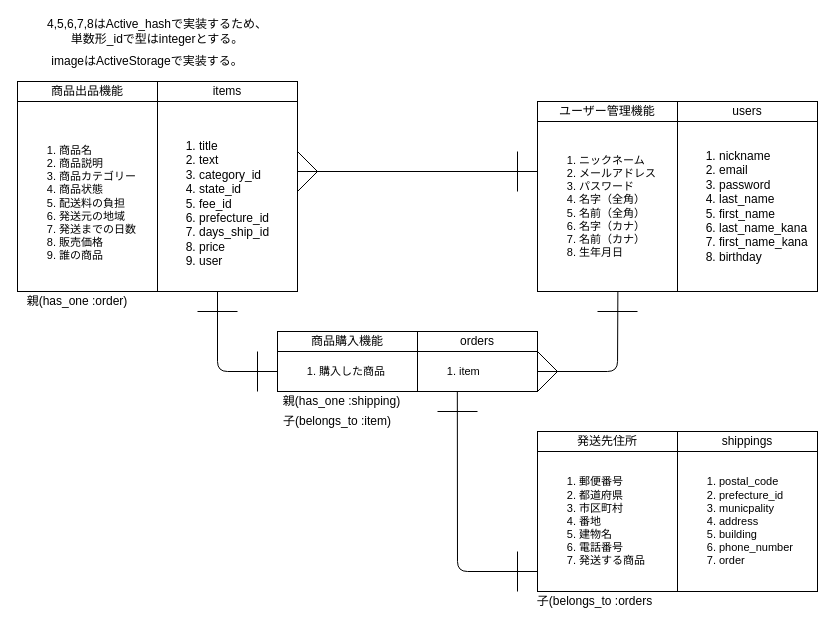
t-sasagawa/furima-32551 keeps this draw.io diagram as furima-32551.dio. Above is the earlier version. Source tidied: cells renumbered, new cells numbered last; positions are measured from the earlier drawing's top-left corner, leaving out a move shared by most shapes. Both pictures are drawn from the tidied source at 100%, with x=0, y=0 at pixel (17, 21).
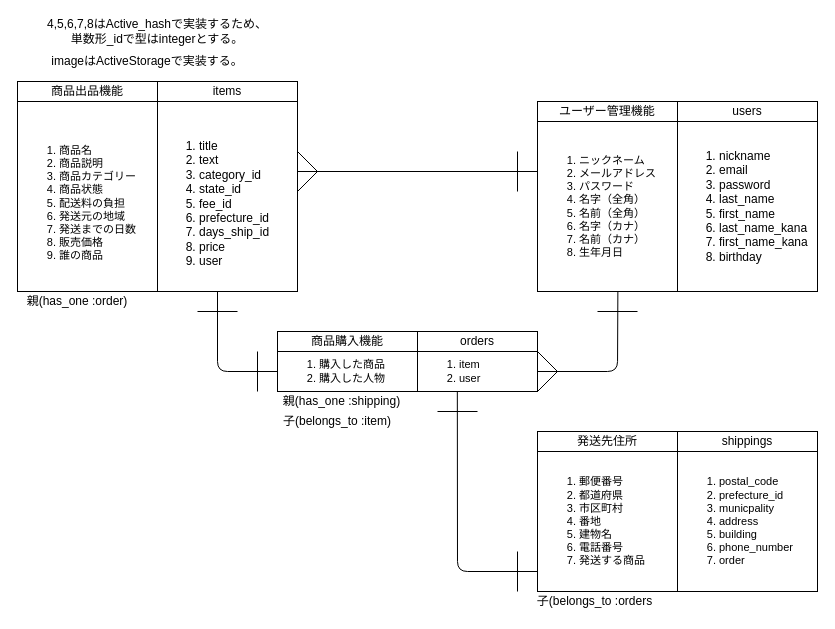
The same page after the edit.

Commit message (it also covers changes not shown here):
アソシエーション設定 / ER図修正

The edit, as a diff of the source:
```diff
@@
-    <mxCell id="19" value="&lt;ol style=&quot;font-size: 11px&quot;&gt;&lt;li&gt;購入した商品&lt;/li&gt;&lt;/ol&gt;" style="rounded=0;whiteSpace=wrap;html=1;align=left;" parent="1" vertex="1">
+    <mxCell id="19" value="&lt;ol style=&quot;font-size: 11px&quot;&gt;&lt;li&gt;購入した商品&lt;/li&gt;&lt;li&gt;購入した人物&lt;/li&gt;&lt;/ol&gt;" style="rounded=0;whiteSpace=wrap;html=1;align=left;" parent="1" vertex="1">
       <mxGeometry x="260" y="330" width="140" height="40" as="geometry" />
     </mxCell>
-    <mxCell id="20" value="&lt;ol style=&quot;font-size: 11px&quot;&gt;&lt;li&gt;item&lt;/li&gt;&lt;/ol&gt;" style="rounded=0;whiteSpace=wrap;html=1;align=left;" parent="1" vertex="1">
+    <mxCell id="20" value="&lt;ol style=&quot;font-size: 11px&quot;&gt;&lt;li&gt;item&lt;/li&gt;&lt;li&gt;user&lt;/li&gt;&lt;/ol&gt;" style="rounded=0;whiteSpace=wrap;html=1;align=left;" parent="1" vertex="1">
       <mxGeometry x="400" y="330" width="120" height="40" as="geometry" />
     </mxCell>
```
